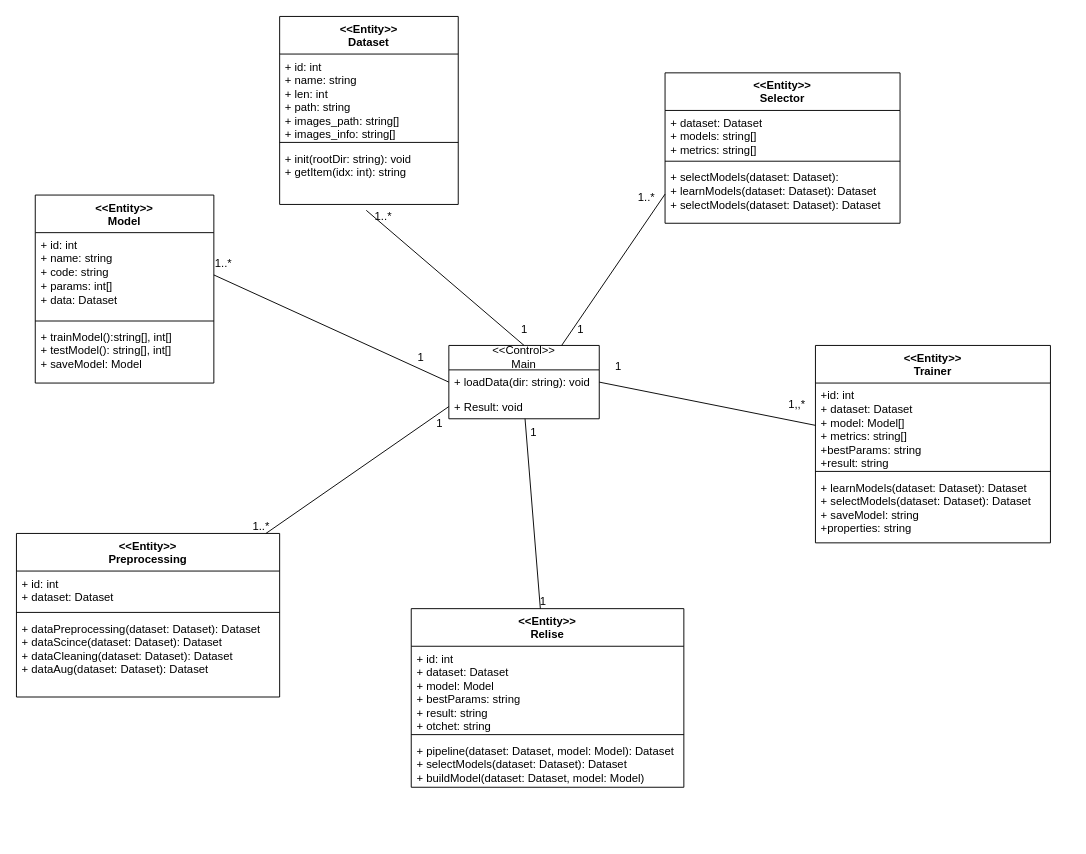
Before: Диаграмма классов.drawio in Aleksej1024/mireaDatabases, a draw.io diagram. Source tidied: cells renumbered, new cells numbered last; positions are measured from the earlier drawing's top-left corner, leaving out a move shared by most shapes. Both pictures are drawn from the tidied source at 94%, with x=0, y=0 at pixel (16, 16).
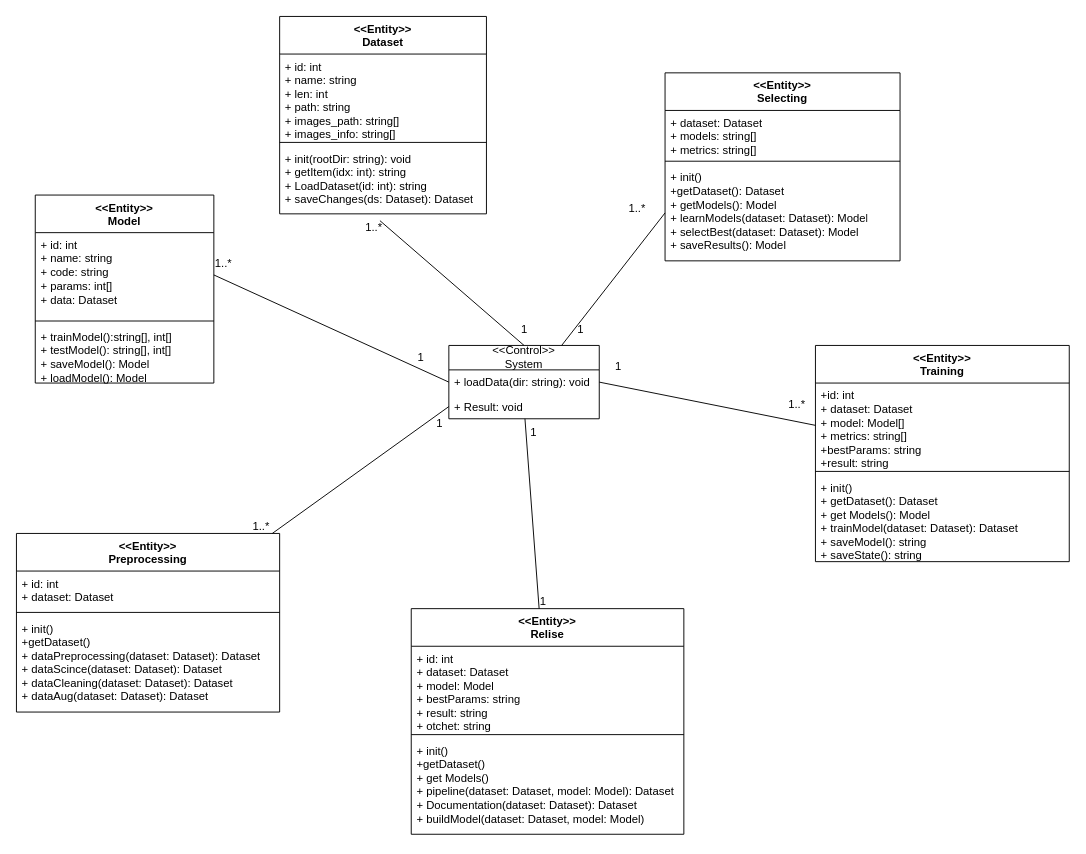
The same diagram, later.

The change refers to these unchanged cells:
```xml
<mxCell id="25" value="&amp;lt;&amp;lt;Entity&amp;gt;&amp;gt;&lt;div&gt;Model&lt;/div&gt;" style="swimlane;fontStyle=1;align=center;verticalAlign=top;horizontal=1;startSize=40;whiteSpace=wrap;html=1;" parent="1" vertex="1">
  <mxGeometry x="20" y="190" width="190" height="200" as="geometry" />
</mxCell>
```

Diff of the diagram source:
```diff
@@
-    <mxCell id="2" value="&amp;lt;&amp;lt;Control&amp;gt;&amp;gt;&lt;div&gt;Main&lt;/div&gt;" style="swimlane;fontStyle=0;horizontal=1;startSize=26;fillColor=none;whiteSpace=wrap;html=1;" parent="1" vertex="1">
+    <mxCell id="2" value="&amp;lt;&amp;lt;Control&amp;gt;&amp;gt;&lt;div&gt;System&lt;/div&gt;" style="swimlane;fontStyle=0;horizontal=1;startSize=26;fillColor=none;whiteSpace=wrap;html=1;" parent="1" vertex="1">
       <mxGeometry x="460" y="350" width="160" height="78" as="geometry" />
     </mxCell>
@@
     <mxCell id="5" value="&amp;lt;&amp;lt;Entity&amp;gt;&amp;gt;&lt;div&gt;Dataset&lt;/div&gt;" style="swimlane;fontStyle=1;align=center;verticalAlign=top;horizontal=1;startSize=40;whiteSpace=wrap;html=1;" parent="1" vertex="1">
-      <mxGeometry x="280" width="190" height="200" as="geometry" />
+      <mxGeometry x="280" width="220" height="210" as="geometry" />
     </mxCell>
     <mxCell id="6" value="&lt;div&gt;+ id: int&lt;br&gt;&lt;/div&gt;+ name: string&lt;div&gt;+ len: int&lt;/div&gt;&lt;div&gt;+ path: string&lt;/div&gt;&lt;div&gt;+ images_path: string[]&lt;/div&gt;&lt;div&gt;+ images_info: string[]&lt;/div&gt;" style="text;strokeColor=none;fillColor=none;align=left;verticalAlign=top;spacingLeft=4;spacingRight=4;overflow=hidden;whiteSpace=wrap;html=1;" parent="5" vertex="1">
-      <mxGeometry y="40" width="190" height="90" as="geometry" />
+      <mxGeometry y="40" width="220" height="90" as="geometry" />
     </mxCell>
     <mxCell id="7" style="line;strokeWidth=1;fillColor=none;align=left;verticalAlign=middle;spacingTop=-1;spacingLeft=3;spacingRight=3;labelPosition=right;strokeColor=inherit;" parent="5" vertex="1">
-      <mxGeometry y="130" width="190" height="8" as="geometry" />
+      <mxGeometry y="130" width="220" height="8" as="geometry" />
     </mxCell>
-    <mxCell id="8" value="+ init(rootDir: string): void&lt;div&gt;+ getItem(idx: int): string&lt;/div&gt;&lt;div&gt;&lt;br&gt;&lt;/div&gt;" style="text;strokeColor=none;fillColor=none;align=left;verticalAlign=top;spacingLeft=4;spacingRight=4;overflow=hidden;points=[[0,0.5],[1,0.5]];portConstraint=eastwest;whiteSpace=wrap;html=1;" parent="5" vertex="1">
-      <mxGeometry y="138" width="190" height="62" as="geometry" />
+    <mxCell id="8" value="+ init(rootDir: string): void&lt;div&gt;+ getItem(idx: int): string&lt;/div&gt;&lt;div&gt;+ LoadDataset(id: int): string&lt;/div&gt;&lt;div&gt;+ saveChanges(ds: Dataset): Dataset&lt;/div&gt;" style="text;strokeColor=none;fillColor=none;align=left;verticalAlign=top;spacingLeft=4;spacingRight=4;overflow=hidden;points=[[0,0.5],[1,0.5]];portConstraint=eastwest;whiteSpace=wrap;html=1;" parent="5" vertex="1">
+      <mxGeometry y="138" width="220" height="72" as="geometry" />
     </mxCell>
     <mxCell id="9" value="&amp;lt;&amp;lt;Entity&amp;gt;&amp;gt;&lt;div&gt;Preprocessing&lt;/div&gt;" style="swimlane;fontStyle=1;align=center;verticalAlign=top;horizontal=1;startSize=40;whiteSpace=wrap;html=1;" parent="1" vertex="1">
-      <mxGeometry y="550" width="280" height="174" as="geometry" />
+      <mxGeometry y="550" width="280" height="190" as="geometry" />
     </mxCell>
@@
-    <mxCell id="12" value="+ dataPreprocessing(dataset: Dataset): Dataset&lt;div&gt;+ dataScince(dataset: Dataset): Dataset&lt;/div&gt;&lt;div&gt;+ dataCleaning(dataset: Dataset): Dataset&lt;/div&gt;&lt;div&gt;+ dataAug(dataset:&amp;nbsp;&lt;span style=&quot;background-color: initial;&quot;&gt;Dataset&lt;/span&gt;&lt;span style=&quot;background-color: initial;&quot;&gt;):&amp;nbsp;&lt;/span&gt;&lt;span style=&quot;background-color: initial;&quot;&gt;Dataset&lt;/span&gt;&lt;/div&gt;" style="text;strokeColor=none;fillColor=none;align=left;verticalAlign=top;spacingLeft=4;spacingRight=4;overflow=hidden;whiteSpace=wrap;html=1;" parent="9" vertex="1">
-      <mxGeometry y="88" width="280" height="86" as="geometry" />
+    <mxCell id="12" value="&lt;div&gt;&lt;div&gt;+ init()&lt;/div&gt;&lt;div&gt;+getDataset()&lt;/div&gt;&lt;span style=&quot;background-color: initial;&quot;&gt;+ dataPreprocessing(dataset: Dataset): Dataset&lt;/span&gt;&lt;/div&gt;&lt;div&gt;+ dataScince(dataset: Dataset): Dataset&lt;/div&gt;&lt;div&gt;+ dataCleaning(dataset: Dataset): Dataset&lt;/div&gt;&lt;div&gt;+ dataAug(dataset:&amp;nbsp;&lt;span style=&quot;background-color: initial;&quot;&gt;Dataset&lt;/span&gt;&lt;span style=&quot;background-color: initial;&quot;&gt;):&amp;nbsp;&lt;/span&gt;&lt;span style=&quot;background-color: initial;&quot;&gt;Dataset&lt;/span&gt;&lt;/div&gt;" style="text;strokeColor=none;fillColor=none;align=left;verticalAlign=top;spacingLeft=4;spacingRight=4;overflow=hidden;whiteSpace=wrap;html=1;" parent="9" vertex="1">
+      <mxGeometry y="88" width="280" height="102" as="geometry" />
     </mxCell>
-    <mxCell id="13" value="&amp;lt;&amp;lt;Entity&amp;gt;&amp;gt;&lt;div&gt;Selector&lt;/div&gt;" style="swimlane;fontStyle=1;align=center;verticalAlign=top;horizontal=1;startSize=40;whiteSpace=wrap;html=1;" parent="1" vertex="1">
-      <mxGeometry x="690" y="60" width="250" height="160" as="geometry" />
+    <mxCell id="13" value="&amp;lt;&amp;lt;Entity&amp;gt;&amp;gt;&lt;div&gt;Selecting&lt;/div&gt;" style="swimlane;fontStyle=1;align=center;verticalAlign=top;horizontal=1;startSize=40;whiteSpace=wrap;html=1;" parent="1" vertex="1">
+      <mxGeometry x="690" y="60" width="250" height="200" as="geometry" />
     </mxCell>
@@
-    <mxCell id="16" value="+ selectModels(dataset: Dataset):&amp;nbsp;&lt;div&gt;+ learnModels(dataset: Dataset): Dataset&lt;/div&gt;&lt;div&gt;+ selectModels(dataset: Dataset): Dataset&lt;/div&gt;" style="text;strokeColor=none;fillColor=none;align=left;verticalAlign=top;spacingLeft=4;spacingRight=4;overflow=hidden;points=[[0,0.5],[1,0.5]];portConstraint=eastwest;whiteSpace=wrap;html=1;" parent="13" vertex="1">
-      <mxGeometry y="98" width="250" height="62" as="geometry" />
+    <mxCell id="16" value="&lt;div&gt;+ init()&lt;/div&gt;&lt;div&gt;+getDataset(): Dataset&lt;/div&gt;+ getModels(): Model&lt;div&gt;+ learnModels(dataset: Dataset): Model&lt;/div&gt;&lt;div&gt;+ selectBest(dataset: Dataset): Model&lt;/div&gt;&lt;div&gt;+ saveResults(): Model&lt;/div&gt;" style="text;strokeColor=none;fillColor=none;align=left;verticalAlign=top;spacingLeft=4;spacingRight=4;overflow=hidden;points=[[0,0.5],[1,0.5]];portConstraint=eastwest;whiteSpace=wrap;html=1;" parent="13" vertex="1">
+      <mxGeometry y="98" width="250" height="102" as="geometry" />
     </mxCell>
-    <mxCell id="17" value="&amp;lt;&amp;lt;Entity&amp;gt;&amp;gt;&lt;div&gt;Trainer&lt;/div&gt;" style="swimlane;fontStyle=1;align=center;verticalAlign=top;horizontal=1;startSize=40;whiteSpace=wrap;html=1;" parent="1" vertex="1">
-      <mxGeometry x="850" y="350" width="250" height="210" as="geometry" />
+    <mxCell id="17" value="&amp;lt;&amp;lt;Entity&amp;gt;&amp;gt;&lt;div&gt;Training&lt;/div&gt;" style="swimlane;fontStyle=1;align=center;verticalAlign=top;horizontal=1;startSize=40;whiteSpace=wrap;html=1;" parent="1" vertex="1">
+      <mxGeometry x="850" y="350" width="270" height="230" as="geometry" />
     </mxCell>
     <mxCell id="18" value="&lt;div&gt;+id: int&lt;/div&gt;+ dataset: Dataset&lt;div&gt;+ model: Model[]&lt;/div&gt;&lt;div&gt;+ metrics: string[]&lt;/div&gt;&lt;div&gt;+bestParams: string&lt;/div&gt;&lt;div&gt;+result: string&lt;/div&gt;" style="text;strokeColor=none;fillColor=none;align=left;verticalAlign=top;spacingLeft=4;spacingRight=4;overflow=hidden;points=[[0,0.5],[1,0.5]];portConstraint=eastwest;whiteSpace=wrap;html=1;" parent="17" vertex="1">
-      <mxGeometry y="40" width="250" height="90" as="geometry" />
+      <mxGeometry y="40" width="270" height="90" as="geometry" />
     </mxCell>
     <mxCell id="19" style="line;strokeWidth=1;fillColor=none;align=left;verticalAlign=middle;spacingTop=-1;spacingLeft=3;spacingRight=3;labelPosition=right;strokeColor=inherit;" parent="17" vertex="1">
-      <mxGeometry y="130" width="250" height="8" as="geometry" />
+      <mxGeometry y="130" width="270" height="8" as="geometry" />
     </mxCell>
-    <mxCell id="20" value="&lt;div&gt;+ learnModels(dataset: Dataset): Dataset&lt;/div&gt;&lt;div&gt;+ selectModels(dataset: Dataset): Dataset&lt;/div&gt;&lt;div&gt;+ saveModel: string&lt;/div&gt;&lt;div&gt;+properties: string&lt;/div&gt;" style="text;strokeColor=none;fillColor=none;align=left;verticalAlign=top;spacingLeft=4;spacingRight=4;overflow=hidden;whiteSpace=wrap;html=1;" parent="17" vertex="1">
-      <mxGeometry y="138" width="250" height="72" as="geometry" />
+    <mxCell id="20" value="&lt;div&gt;&lt;div&gt;+ init()&lt;/div&gt;&lt;div&gt;+ getDataset(): Dataset&lt;/div&gt;&lt;div&gt;&lt;span style=&quot;background-color: initial;&quot;&gt;+ get Models(): Model&lt;/span&gt;&lt;/div&gt;&lt;div&gt;&lt;span style=&quot;background-color: initial;&quot;&gt;+ trainModel(dataset: Dataset): Dataset&lt;/span&gt;&lt;br&gt;&lt;/div&gt;&lt;/div&gt;&lt;div&gt;+ saveModel(): string&lt;/div&gt;&lt;div&gt;+ saveState(): string&lt;/div&gt;" style="text;strokeColor=none;fillColor=none;align=left;verticalAlign=top;spacingLeft=4;spacingRight=4;overflow=hidden;whiteSpace=wrap;html=1;" parent="17" vertex="1">
+      <mxGeometry y="138" width="270" height="92" as="geometry" />
     </mxCell>
     <mxCell id="21" value="&amp;lt;&amp;lt;Entity&amp;gt;&amp;gt;&lt;div&gt;Relise&lt;/div&gt;" style="swimlane;fontStyle=1;align=center;verticalAlign=top;horizontal=1;startSize=40;whiteSpace=wrap;html=1;" parent="1" vertex="1">
-      <mxGeometry x="420" y="630" width="290" height="190" as="geometry" />
+      <mxGeometry x="420" y="630" width="290" height="240" as="geometry" />
     </mxCell>
@@
-    <mxCell id="24" value="&lt;div&gt;+ pipeline(dataset: Dataset, model: Model): Dataset&lt;/div&gt;&lt;div&gt;+ selectModels(dataset: Dataset): Dataset&lt;/div&gt;&lt;div&gt;+ buildModel(dataset: Dataset, model: Model)&lt;/div&gt;" style="text;strokeColor=none;fillColor=none;align=left;verticalAlign=top;spacingLeft=4;spacingRight=4;overflow=hidden;whiteSpace=wrap;html=1;" parent="21" vertex="1">
-      <mxGeometry y="138" width="290" height="52" as="geometry" />
+    <mxCell id="24" value="&lt;div&gt;&lt;div&gt;+ init()&lt;/div&gt;&lt;div&gt;+getDataset()&lt;/div&gt;+ get Models()&amp;nbsp;&lt;br&gt;&lt;/div&gt;&lt;div&gt;+ pipeline(dataset: Dataset, model: Model): Dataset&lt;/div&gt;&lt;div&gt;+ Documentation(dataset: Dataset): Dataset&lt;/div&gt;&lt;div&gt;+ buildModel(dataset: Dataset, model: Model)&lt;/div&gt;" style="text;strokeColor=none;fillColor=none;align=left;verticalAlign=top;spacingLeft=4;spacingRight=4;overflow=hidden;whiteSpace=wrap;html=1;" parent="21" vertex="1">
+      <mxGeometry y="138" width="290" height="102" as="geometry" />
     </mxCell>
@@
-    <mxCell id="28" value="+ trainModel():string[], int[]&lt;div&gt;+ testModel(): string[], int[]&lt;/div&gt;&lt;div&gt;+ saveModel: Model&lt;/div&gt;" style="text;strokeColor=none;fillColor=none;align=left;verticalAlign=top;spacingLeft=4;spacingRight=4;overflow=hidden;whiteSpace=wrap;html=1;" parent="25" vertex="1">
+    <mxCell id="28" value="+ trainModel():string[], int[]&lt;div&gt;+ testModel(): string[], int[]&lt;/div&gt;&lt;div&gt;+ saveModel(): Model&lt;/div&gt;&lt;div&gt;+ loadModel(): Model&lt;/div&gt;" style="text;strokeColor=none;fillColor=none;align=left;verticalAlign=top;spacingLeft=4;spacingRight=4;overflow=hidden;whiteSpace=wrap;html=1;" parent="25" vertex="1">
       <mxGeometry y="138" width="190" height="62" as="geometry" />
     </mxCell>
@@
     <mxCell id="31" value="1..*" style="text;html=1;align=center;verticalAlign=middle;strokeColor=none;fillColor=none;" parent="1" vertex="1">
-      <mxGeometry x="370" y="198" width="40" height="30" as="geometry" />
+      <mxGeometry x="360" y="210" width="40" height="30" as="geometry" />
     </mxCell>
@@
     <mxCell id="34" value="1..*" style="text;html=1;align=center;verticalAlign=middle;strokeColor=none;fillColor=none;" parent="1" vertex="1">
-      <mxGeometry x="650" y="178" width="40" height="30" as="geometry" />
+      <mxGeometry x="640" y="190" width="40" height="30" as="geometry" />
     </mxCell>
@@
-    <mxCell id="40" value="1,,*" style="text;html=1;align=center;verticalAlign=middle;strokeColor=none;fillColor=none;" parent="1" vertex="1">
+    <mxCell id="40" value="1..*" style="text;html=1;align=center;verticalAlign=middle;strokeColor=none;fillColor=none;" parent="1" vertex="1">
       <mxGeometry x="810" y="398" width="40" height="30" as="geometry" />
     </mxCell>
```
